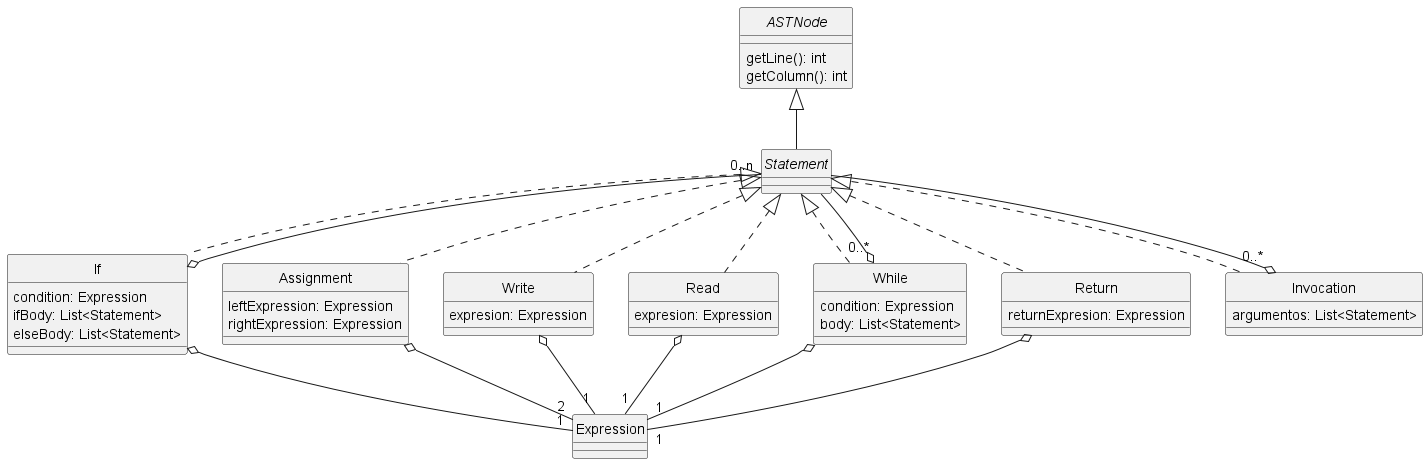
Earlier version of the PlantUML export docs/diagrams/Statements.png (JonathanAriass/dlp-examen).
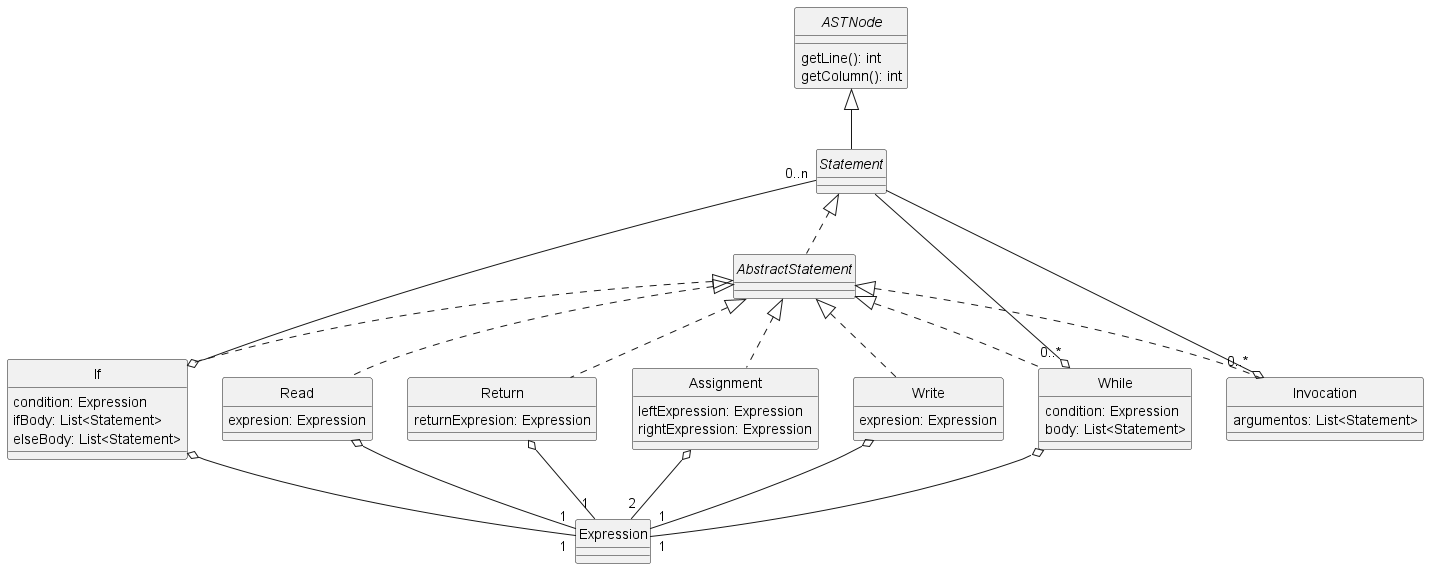
After the commit.

Commit message:
add Statement implementation; change Statement UML

Diff of the diagram source:
```diff
@@ -9,6 +9,8 @@
 }
 
 interface Statement
+
+abstract AbstractStatement
 
 class If {
     condition: Expression
@@ -43,13 +45,14 @@
 }
 
 ASTNode <|-- Statement
-Statement <|.. If
-Statement <|.. Assignment
-Statement <|.. Write
-Statement <|.. Read
-Statement <|.. While
-Statement <|.. Return
-Statement <|.. Invocation
+Statement <|.. AbstractStatement
+AbstractStatement <|.. If
+AbstractStatement <|.. Assignment
+AbstractStatement <|.. Write
+AbstractStatement <|.. Read
+AbstractStatement <|.. While
+AbstractStatement <|.. Return
+AbstractStatement <|.. Invocation
 If o-- "1" Expression
 Write o-- "1" Expression
 Read o-- "1" Expression
```
